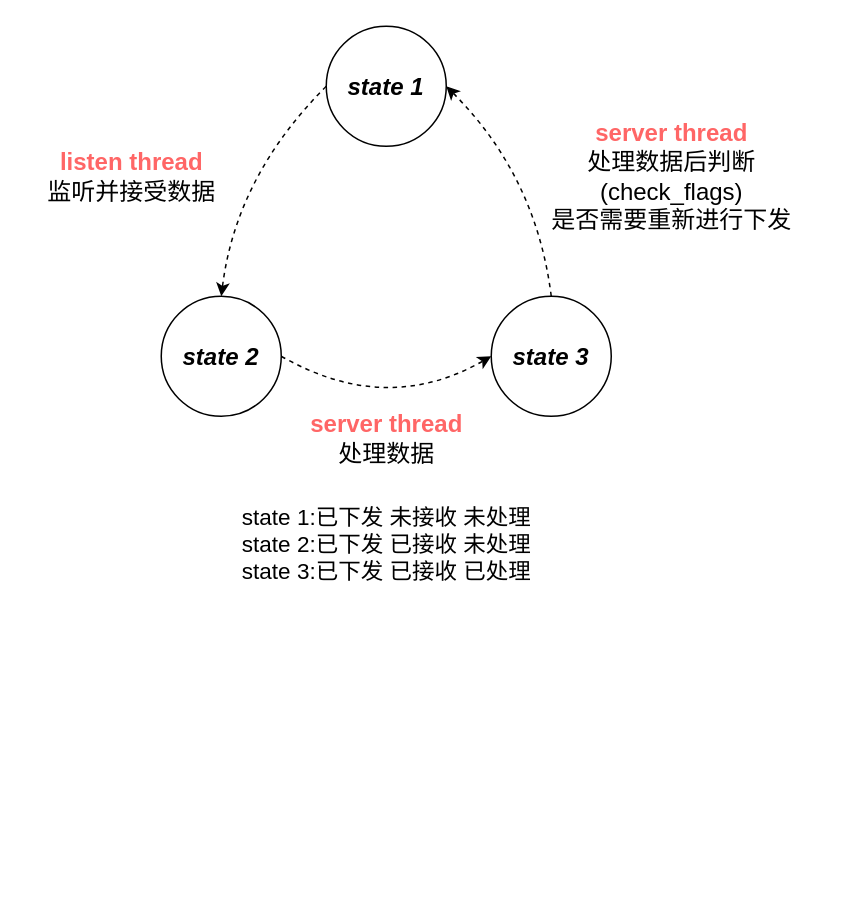
Above: _draws/recv_state.drawio in segzix/segzix.github.io (draw.io), before the change. Source tidied: cells renumbered, new cells numbered last; positions are measured from the earlier drawing's top-left corner, leaving out a move shared by most shapes. Both pictures are drawn from the tidied source at 150%, with x=0, y=0 at pixel (26, 26).
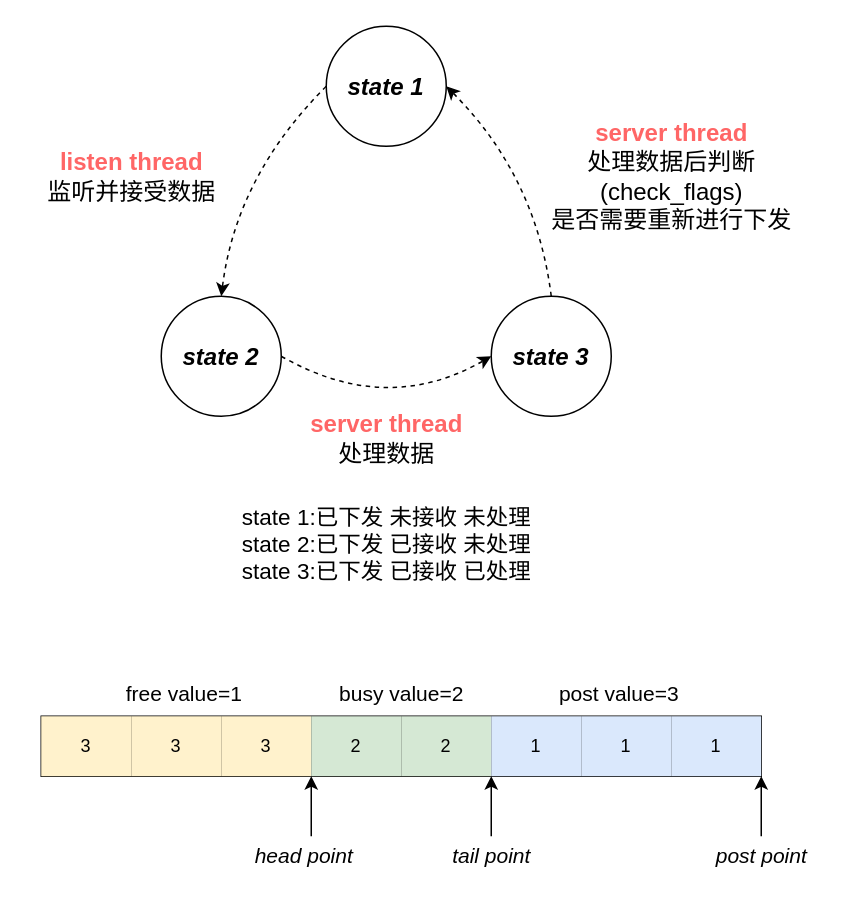
The same diagram, later.

What changed in the source:
```diff
@@
+    <mxCell id="12" style="shape=partialRectangle;html=1;whiteSpace=wrap;strokeColor=inherit;overflow=hidden;fillColor=none;top=0;left=0;bottom=0;right=0;fontSize=16;" parent="1" vertex="1">
+      <mxGeometry x="47" y="480" width="66" height="40" as="geometry" />
+    </mxCell>
+    <mxCell id="13" style="shape=table;startSize=0;childLayout=tableLayout;" parent="1" vertex="1">
+      <mxGeometry x="10" y="460" width="480" height="40" as="geometry" />
+    </mxCell>
+    <mxCell id="14" style="shape=tableRow;horizontal=0;startSize=0;swimlaneHead=0;swimlaneBody=0;strokeColor=inherit;top=0;left=0;bottom=0;right=0;fillColor=none;" parent="13" vertex="1">
+      <mxGeometry width="480" height="40" as="geometry" />
+    </mxCell>
+    <mxCell id="15" value="3" style="shape=partialRectangle;html=1;whiteSpace=wrap;strokeColor=#d6b656;overflow=hidden;fillColor=#fff2cc;top=0;left=0;bottom=0;right=0;" parent="14" vertex="1">
+      <mxGeometry width="60" height="40" as="geometry" />
+    </mxCell>
+    <mxCell id="16" value="3" style="shape=partialRectangle;html=1;whiteSpace=wrap;strokeColor=#d6b656;overflow=hidden;fillColor=#fff2cc;top=0;left=0;bottom=0;right=0;" parent="14" vertex="1">
+      <mxGeometry x="60" width="60" height="40" as="geometry" />
+    </mxCell>
+    <mxCell id="17" value="3" style="shape=partialRectangle;html=1;whiteSpace=wrap;strokeColor=#d6b656;overflow=hidden;fillColor=#fff2cc;top=0;left=0;bottom=0;right=0;" parent="14" vertex="1">
+      <mxGeometry x="120" width="60" height="40" as="geometry" />
+    </mxCell>
+    <mxCell id="18" value="2" style="shape=partialRectangle;html=1;whiteSpace=wrap;strokeColor=#82b366;overflow=hidden;fillColor=#d5e8d4;top=0;left=0;bottom=0;right=0;" parent="14" vertex="1">
+      <mxGeometry x="180" width="60" height="40" as="geometry" />
+    </mxCell>
+    <mxCell id="19" value="2" style="shape=partialRectangle;html=1;whiteSpace=wrap;strokeColor=#82b366;overflow=hidden;fillColor=#d5e8d4;top=0;left=0;bottom=0;right=0;" parent="14" vertex="1">
+      <mxGeometry x="240" width="60" height="40" as="geometry" />
+    </mxCell>
+    <mxCell id="20" value="1" style="shape=partialRectangle;html=1;whiteSpace=wrap;strokeColor=#6c8ebf;overflow=hidden;fillColor=#dae8fc;top=0;left=0;bottom=0;right=0;" parent="14" vertex="1">
+      <mxGeometry x="300" width="60" height="40" as="geometry" />
+    </mxCell>
+    <mxCell id="21" value="1" style="shape=partialRectangle;html=1;whiteSpace=wrap;strokeColor=#6c8ebf;overflow=hidden;fillColor=#dae8fc;top=0;left=0;bottom=0;right=0;" parent="14" vertex="1">
+      <mxGeometry x="360" width="60" height="40" as="geometry" />
+    </mxCell>
+    <mxCell id="22" value="1" style="shape=partialRectangle;html=1;whiteSpace=wrap;strokeColor=#6c8ebf;overflow=hidden;fillColor=#dae8fc;top=0;left=0;bottom=0;right=0;" parent="14" vertex="1">
+      <mxGeometry x="420" width="60" height="40" as="geometry" />
+    </mxCell>
+    <mxCell id="23" style="endArrow=classic;html=1;rounded=0;" parent="1" edge="1">
+      <mxGeometry relative="1" as="geometry">
+        <mxPoint x="310" y="540" as="sourcePoint" />
+        <mxPoint x="310" y="500" as="targetPoint" />
+      </mxGeometry>
+    </mxCell>
+    <mxCell id="24" style="endArrow=classic;html=1;rounded=0;" parent="1" edge="1">
+      <mxGeometry relative="1" as="geometry">
+        <mxPoint x="490" y="540" as="sourcePoint" />
+        <mxPoint x="490" y="500" as="targetPoint" />
+      </mxGeometry>
+    </mxCell>
+    <mxCell id="25" value="&lt;font style=&quot;font-size: 14px;&quot;&gt;&lt;i&gt;post point&lt;/i&gt;&lt;/font&gt;" style="text;html=1;align=center;verticalAlign=middle;strokeColor=none;fillColor=none;" parent="1" vertex="1">
+      <mxGeometry x="450" y="538" width="80" height="30" as="geometry" />
+    </mxCell>
+    <mxCell id="26" value="&lt;font style=&quot;font-size: 14px;&quot;&gt;&lt;i&gt;tail point&lt;/i&gt;&lt;/font&gt;" style="text;html=1;align=center;verticalAlign=middle;strokeColor=none;fillColor=none;" parent="1" vertex="1">
+      <mxGeometry x="270" y="538" width="80" height="30" as="geometry" />
+    </mxCell>
+    <mxCell id="27" style="endArrow=classic;html=1;rounded=0;" parent="1" edge="1">
+      <mxGeometry relative="1" as="geometry">
+        <mxPoint x="190" y="540" as="sourcePoint" />
+        <mxPoint x="190" y="500" as="targetPoint" />
+      </mxGeometry>
+    </mxCell>
+    <mxCell id="28" value="&lt;font style=&quot;font-size: 14px;&quot;&gt;&lt;i&gt;head point&lt;/i&gt;&lt;/font&gt;" style="text;html=1;align=center;verticalAlign=middle;strokeColor=none;fillColor=none;" parent="1" vertex="1">
+      <mxGeometry x="140" y="538" width="90" height="30" as="geometry" />
+    </mxCell>
+    <mxCell id="29" value="&lt;font style=&quot;font-size: 14px;&quot;&gt;post value=3&lt;/font&gt;" style="text;html=1;align=center;verticalAlign=middle;strokeColor=none;fillColor=none;" parent="1" vertex="1">
+      <mxGeometry x="345" y="430" width="100" height="30" as="geometry" />
+    </mxCell>
+    <mxCell id="30" value="&lt;font style=&quot;font-size: 14px;&quot;&gt;busy value=2&lt;/font&gt;" style="text;html=1;align=center;verticalAlign=middle;strokeColor=none;fillColor=none;" parent="1" vertex="1">
+      <mxGeometry x="195" y="430" width="110" height="30" as="geometry" />
+    </mxCell>
+    <mxCell id="31" value="&lt;font style=&quot;font-size: 14px;&quot;&gt;free value=1&lt;/font&gt;" style="text;html=1;align=center;verticalAlign=middle;strokeColor=none;fillColor=none;" parent="1" vertex="1">
+      <mxGeometry x="55" y="430" width="100" height="30" as="geometry" />
+    </mxCell>
```
